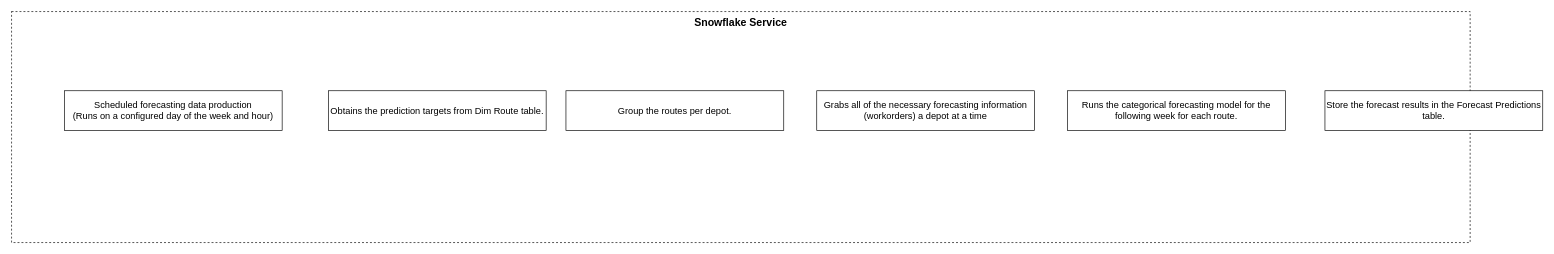
The draw.io diagram Recurring framework.drawio in gbates-e2open/drawioFiles, before the edit. Source tidied: cells renumbered, new cells numbered last; positions are measured from the earlier drawing's top-left corner, leaving out a move shared by most shapes. Both pictures are drawn from the tidied source at 66%, with x=0, y=0 at pixel (11, 11).
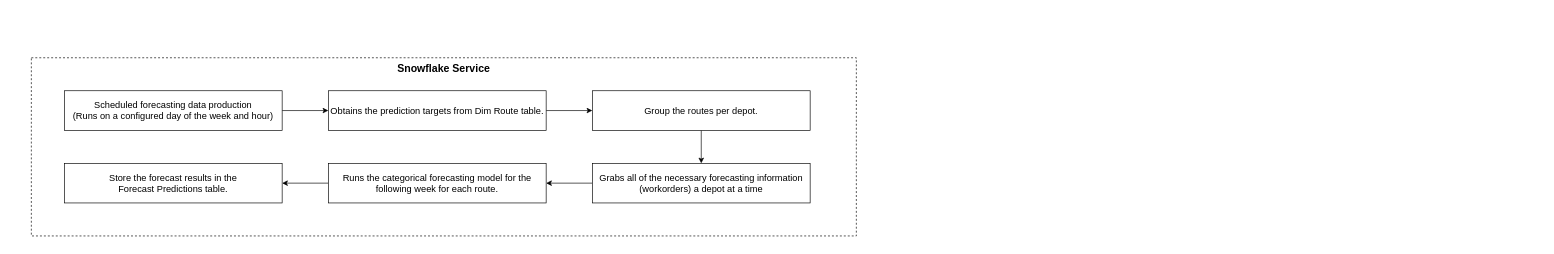
After the change.

The edit, as a diff of the source:
```diff
@@
 <mxGraphModel>
   <root>
     <mxCell id="0" />
     <mxCell id="1" parent="0" />
     <mxCell id="2" value="&lt;font style=&quot;font-size: 16px;&quot;&gt;&lt;b&gt;Snowflake Service&lt;/b&gt;&lt;/font&gt;" style="html=1;whiteSpace=wrap;dashed=1;gradientColor=default;fillColor=none;labelPosition=center;verticalLabelPosition=middle;align=center;verticalAlign=top;" parent="1" vertex="1">
-      <mxGeometry width="2210" height="350" as="geometry" />
+      <mxGeometry x="30" y="70" width="1250" height="270" as="geometry" />
     </mxCell>
+    <mxCell id="9" style="edgeStyle=orthogonalEdgeStyle;rounded=0;jettySize=auto;html=1;exitX=1;exitY=0.5;exitDx=0;exitDy=0;entryX=0;entryY=0.5;entryDx=0;entryDy=0;" parent="1" edge="1" source="3" target="4">
+      <mxGeometry relative="1" as="geometry" />
+    </mxCell>
     <mxCell id="3" value="Scheduled forecasting data production&lt;div&gt;(Runs on a configured day of the week and hour)&lt;/div&gt;" style="whiteSpace=wrap;html=1;align=center;fontSize=14;" parent="1" vertex="1">
       <mxGeometry x="80" y="120" width="330" height="60" as="geometry" />
     </mxCell>
+    <mxCell id="10" style="edgeStyle=orthogonalEdgeStyle;rounded=0;jettySize=auto;html=1;exitX=1;exitY=0.5;exitDx=0;exitDy=0;entryX=0;entryY=0.5;entryDx=0;entryDy=0;" parent="1" edge="1" source="4" target="7">
+      <mxGeometry relative="1" as="geometry" />
+    </mxCell>
     <mxCell id="4" value="Obtains the prediction targets from Dim Route table." style="whiteSpace=wrap;html=1;align=center;fontSize=14;" parent="1" vertex="1">
       <mxGeometry x="480" y="120" width="330" height="60" as="geometry" />
     </mxCell>
+    <mxCell id="11" style="edgeStyle=orthogonalEdgeStyle;rounded=0;jettySize=auto;html=1;exitX=0;exitY=0.5;exitDx=0;exitDy=0;entryX=1;entryY=0.5;entryDx=0;entryDy=0;" parent="1" edge="1" source="5" target="6">
+      <mxGeometry relative="1" as="geometry" />
+    </mxCell>
     <mxCell id="5" value="Grabs all of the necessary forecasting information (workorders) a depot at a time" style="whiteSpace=wrap;html=1;align=center;fontSize=14;" parent="1" vertex="1">
-      <mxGeometry x="1220" y="120" width="330" height="60" as="geometry" />
+      <mxGeometry x="880" y="230" width="330" height="60" as="geometry" />
     </mxCell>
+    <mxCell id="12" style="edgeStyle=orthogonalEdgeStyle;rounded=0;jettySize=auto;html=1;exitX=0;exitY=0.5;exitDx=0;exitDy=0;entryX=1;entryY=0.5;entryDx=0;entryDy=0;" parent="1" edge="1" source="6" target="8">
+      <mxGeometry relative="1" as="geometry" />
+    </mxCell>
     <mxCell id="6" value="Runs the categorical forecasting model for the following week for each route." style="whiteSpace=wrap;html=1;align=center;fontSize=14;" parent="1" vertex="1">
-      <mxGeometry x="1600" y="120" width="330" height="60" as="geometry" />
+      <mxGeometry x="480" y="230" width="330" height="60" as="geometry" />
     </mxCell>
+    <mxCell id="13" style="edgeStyle=orthogonalEdgeStyle;rounded=0;jettySize=auto;html=1;exitX=0.5;exitY=1;exitDx=0;exitDy=0;entryX=0.5;entryY=0;entryDx=0;entryDy=0;" parent="1" edge="1" source="7" target="5">
+      <mxGeometry relative="1" as="geometry" />
+    </mxCell>
     <mxCell id="7" value="Group the routes per depot." style="whiteSpace=wrap;html=1;align=center;fontSize=14;" parent="1" vertex="1">
-      <mxGeometry x="840" y="120" width="330" height="60" as="geometry" />
+      <mxGeometry x="880" y="120" width="330" height="60" as="geometry" />
     </mxCell>
-    <mxCell id="8" value="Store the forecast results in the Forecast Predictions table." style="whiteSpace=wrap;html=1;align=center;fontSize=14;" parent="1" vertex="1">
-      <mxGeometry x="1990" y="120" width="330" height="60" as="geometry" />
+    <mxCell id="8" value="Store the forecast results in the&lt;br&gt;Forecast Predictions table." style="whiteSpace=wrap;html=1;align=center;fontSize=14;" parent="1" vertex="1">
+      <mxGeometry x="80" y="230" width="330" height="60" as="geometry" />
     </mxCell>
   </root>
 </mxGraphModel>
```
